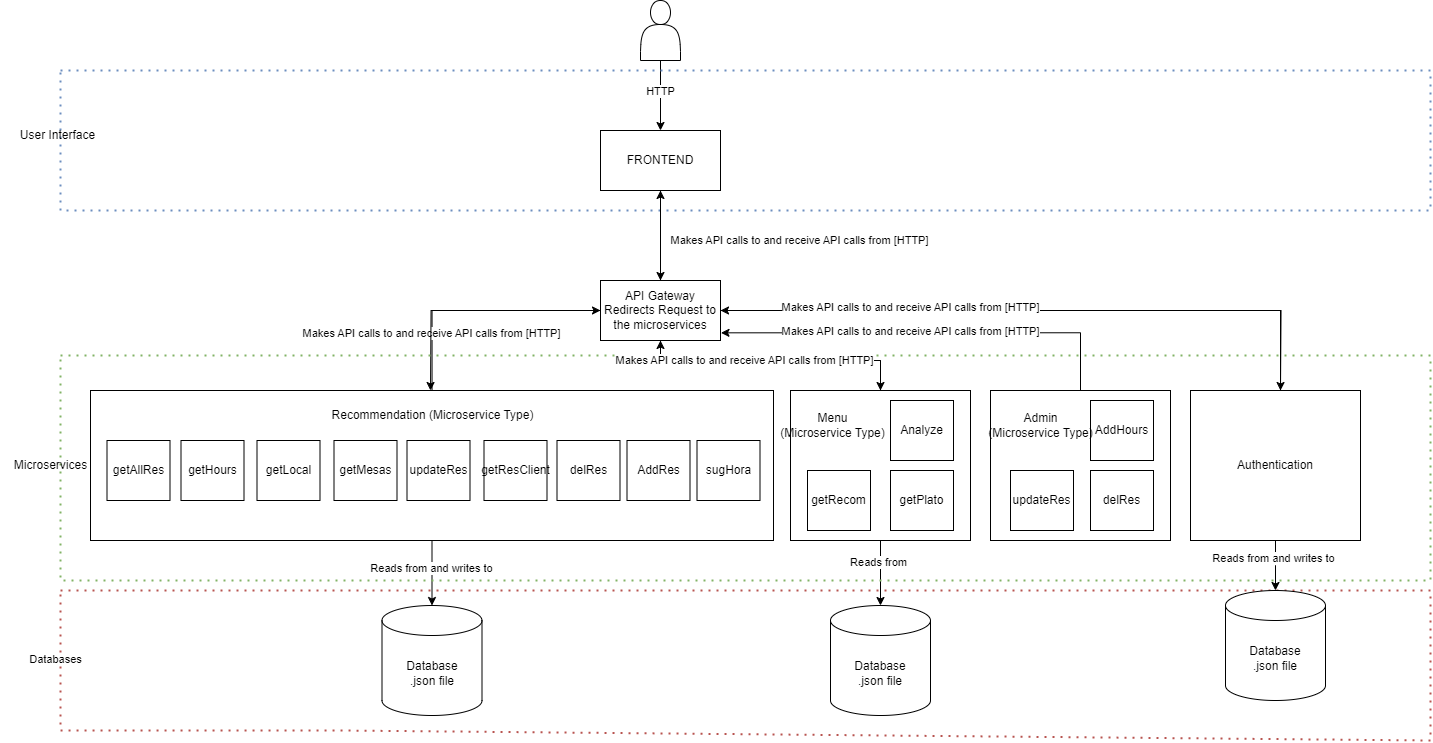
This is sugerencia horaria/diagrama1.png from BrandonMGG/MY-RESTaurant, a draw.io export, as it was before one commit. Source tidied: cells renumbered, new cells last; positions are measured from the earlier drawing's top-left corner, leaving out a move shared by most shapes.
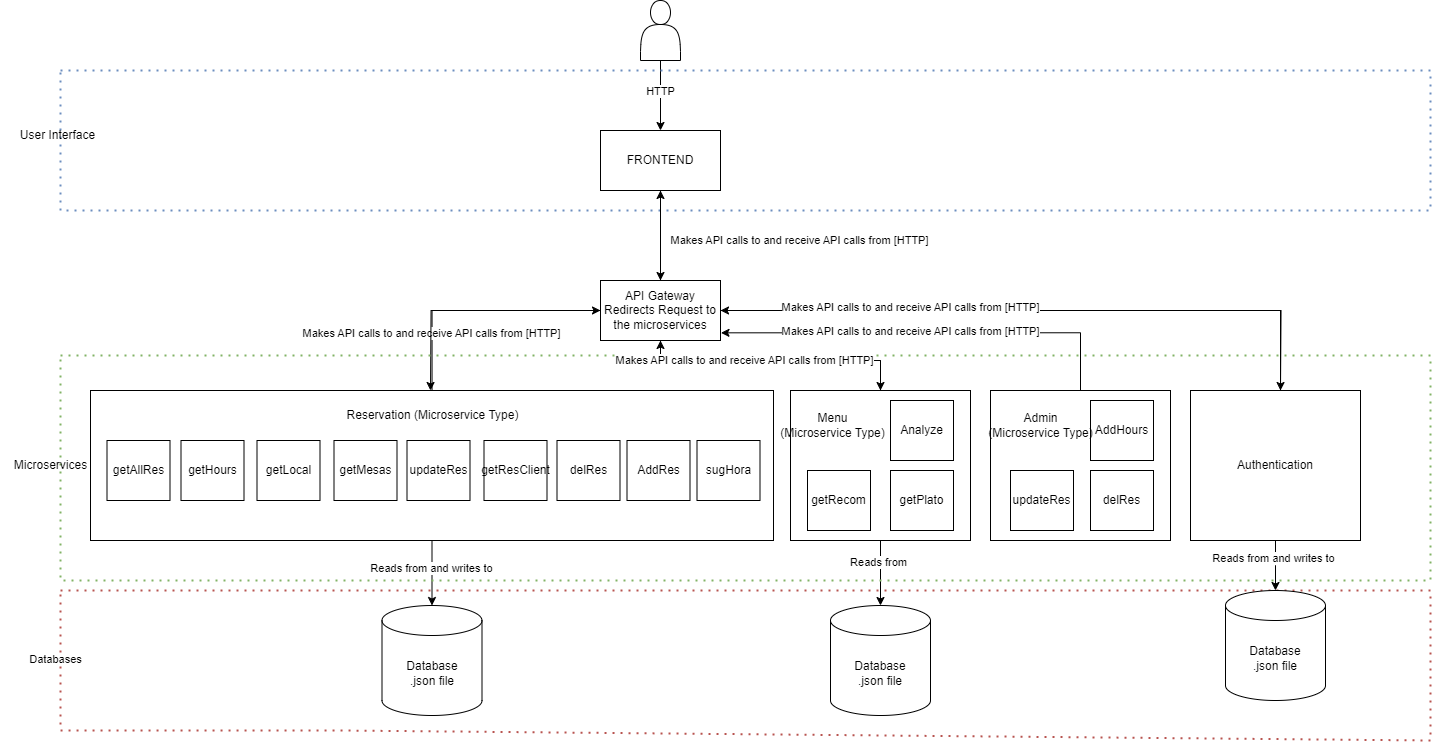
The same diagram one commit later.

The edit, as a diff of the source:
```diff
@@ -167,8 +167,8 @@
     <mxCell id="41" value="AddRes" style="rounded=0;whiteSpace=wrap;html=1;" parent="1" vertex="1">
       <mxGeometry x="626.5" y="440" width="63" height="60" as="geometry" />
     </mxCell>
-    <mxCell id="42" value="Recommendation (Microservice Type)" style="text;html=1;align=center;verticalAlign=middle;strokeColor=none;fillColor=none;" parent="1" vertex="1">
-      <mxGeometry x="316.5" y="400" width="230" height="30" as="geometry" />
+    <mxCell id="42" value="Reservation (Microservice Type)" style="text;html=1;align=center;verticalAlign=middle;strokeColor=none;fillColor=none;" parent="1" vertex="1">
+      <mxGeometry x="331.5" y="400" width="200" height="30" as="geometry" />
     </mxCell>
     <mxCell id="43" value="Menu&lt;div&gt;(Microservice Type)&lt;/div&gt;" style="text;html=1;align=center;verticalAlign=middle;strokeColor=none;fillColor=none;" parent="1" vertex="1">
       <mxGeometry x="767" y="405" width="130" height="40" as="geometry" />
```
